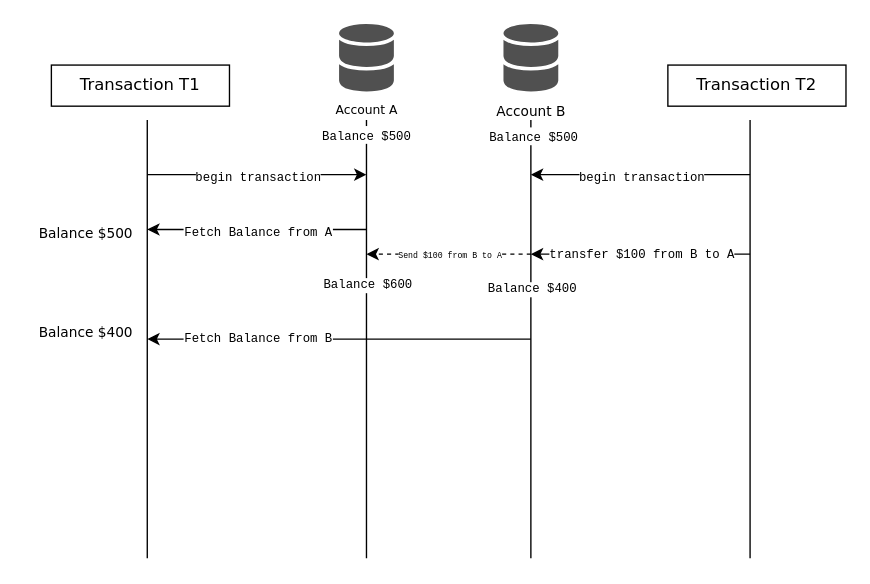
Above: non-repeatable-reads.drawio in kiran-4444/draw.io (draw.io), before the change. Source tidied: cells renumbered, new cells numbered last; positions are measured from the earlier drawing's top-left corner, leaving out a move shared by most shapes. Both pictures are drawn from the tidied source at 137%, with x=0, y=0 at pixel (23, 23).
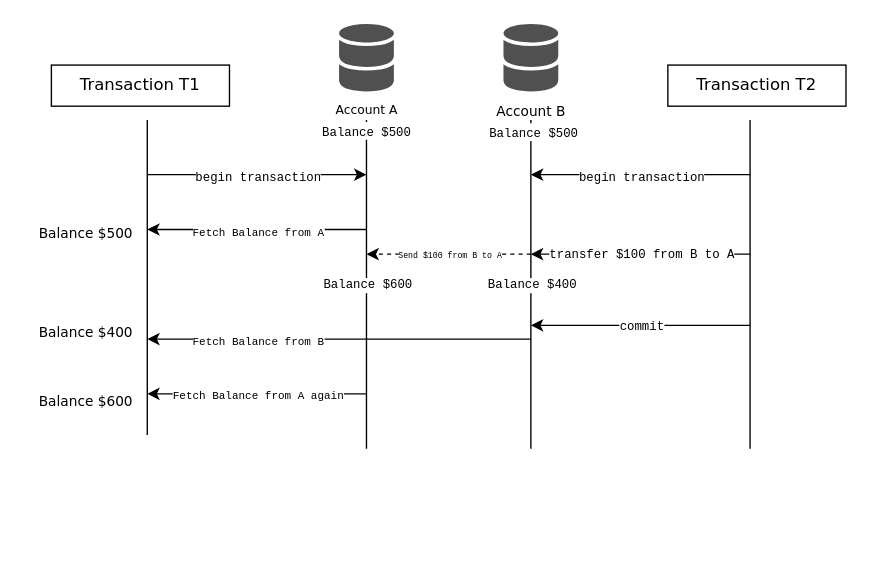
After the change.

The change refers to these unchanged cells:
```xml
<mxCell id="14" style="endArrow=classic;html=1;rounded=0;" parent="1" edge="1">
  <mxGeometry relative="1" as="geometry">
    <mxPoint x="250" y="150" as="sourcePoint" />
    <mxPoint x="90" y="150" as="targetPoint" />
  </mxGeometry>
</mxCell>
<mxCell id="25" style="endArrow=classic;html=1;rounded=0;" parent="1" edge="1">
  <mxGeometry relative="1" as="geometry">
    <mxPoint x="370" y="230" as="sourcePoint" />
    <mxPoint x="90" y="230" as="targetPoint" />
  </mxGeometry>
</mxCell>
```

Change to the diagram source:
```diff
@@
     <mxCell id="2" style="endArrow=none;html=1;rounded=0;" parent="1" edge="1">
       <mxGeometry relative="1" as="geometry">
-        <mxPoint x="250" y="390" as="sourcePoint" />
+        <mxPoint x="250" y="310" as="sourcePoint" />
         <mxPoint x="250" y="70" as="targetPoint" />
       </mxGeometry>
     </mxCell>
@@
     <mxCell id="4" value="Balance $600" style="edgeLabel;html=1;align=center;verticalAlign=middle;fontFamily=Courier New;fontSize=9;" parent="2" vertex="1">
-      <mxGeometry x="0.25" relative="1" as="geometry" />
+      <mxGeometry x="0.25" relative="1" as="geometry">
+        <mxPoint y="30" as="offset" />
+      </mxGeometry>
     </mxCell>
@@
     <mxCell id="6" style="endArrow=none;html=1;rounded=0;" parent="1" edge="1">
       <mxGeometry relative="1" as="geometry">
-        <mxPoint x="370" y="390" as="sourcePoint" />
+        <mxPoint x="370" y="310" as="sourcePoint" />
         <mxPoint x="370" y="70" as="targetPoint" />
       </mxGeometry>
     </mxCell>
@@
     <mxCell id="8" value="Balance $400" style="edgeLabel;html=1;align=center;verticalAlign=middle;fontFamily=Courier New;fontSize=9;" parent="6" vertex="1">
-      <mxGeometry x="0.23" relative="1" as="geometry" />
+      <mxGeometry x="0.23" relative="1" as="geometry">
+        <mxPoint y="28" as="offset" />
+      </mxGeometry>
     </mxCell>
@@
     <mxCell id="10" style="endArrow=none;html=1;rounded=0;" parent="1" edge="1">
       <mxGeometry relative="1" as="geometry">
-        <mxPoint x="90" y="390" as="sourcePoint" />
+        <mxPoint x="90" y="300" as="sourcePoint" />
         <mxPoint x="90" y="70" as="targetPoint" />
       </mxGeometry>
     </mxCell>
     <mxCell id="11" style="endArrow=none;html=1;rounded=0;" parent="1" edge="1">
       <mxGeometry relative="1" as="geometry">
-        <mxPoint x="530" y="390" as="sourcePoint" />
+        <mxPoint x="530" y="310" as="sourcePoint" />
         <mxPoint x="530" y="70" as="targetPoint" />
       </mxGeometry>
     </mxCell>
@@
-    <mxCell id="15" value="&lt;font style=&quot;font-size: 9px;&quot; face=&quot;Courier New&quot;&gt;Fetch Balance from A&lt;br&gt;&lt;/font&gt;" style="edgeLabel;html=1;align=center;verticalAlign=middle;" parent="14" vertex="1">
+    <mxCell id="15" value="&lt;font style=&quot;font-size: 8px;&quot; face=&quot;Courier New&quot;&gt;Fetch Balance from A&lt;br&gt;&lt;/font&gt;" style="edgeLabel;html=1;align=center;verticalAlign=middle;" parent="14" vertex="1">
       <mxGeometry relative="1" as="geometry" />
     </mxCell>
@@
-    <mxCell id="26" value="&lt;font style=&quot;font-size: 9px;&quot; face=&quot;Courier New&quot;&gt;Fetch Balance from B&lt;/font&gt;" style="edgeLabel;html=1;align=center;verticalAlign=middle;" parent="25" vertex="1">
+    <mxCell id="26" value="&lt;font style=&quot;font-size: 8px;&quot; face=&quot;Courier New&quot;&gt;Fetch Balance from B&lt;/font&gt;" style="edgeLabel;html=1;align=center;verticalAlign=middle;fontSize=10;" parent="25" vertex="1">
       <mxGeometry x="0.6" y="-2" relative="1" as="geometry">
-        <mxPoint x="24" as="offset" />
+        <mxPoint x="24" y="2" as="offset" />
       </mxGeometry>
     </mxCell>
@@
+    <mxCell id="28" style="endArrow=classic;html=1;rounded=0;fontFamily=Courier New;fontSize=10;" parent="1" edge="1">
+      <mxGeometry relative="1" as="geometry">
+        <mxPoint x="250" y="270" as="sourcePoint" />
+        <mxPoint x="90" y="270" as="targetPoint" />
+      </mxGeometry>
+    </mxCell>
+    <mxCell id="29" value="&lt;font style=&quot;font-size: 8px;&quot; face=&quot;Courier New&quot;&gt;Fetch Balance from A again&lt;/font&gt;" style="edgeLabel;html=1;align=center;verticalAlign=middle;" parent="28" vertex="1">
+      <mxGeometry x="-0.33" y="-1" relative="1" as="geometry">
+        <mxPoint x="-26" as="offset" />
+      </mxGeometry>
+    </mxCell>
+    <mxCell id="30" value="&lt;font style=&quot;font-size: 10px;&quot; face=&quot;Verdana&quot;&gt;Balance $600&lt;/font&gt;" style="text;html=1;align=center;verticalAlign=middle;strokeColor=none;fillColor=none;" parent="1" vertex="1">
+      <mxGeometry y="260" width="90" height="30" as="geometry" />
+    </mxCell>
+    <mxCell id="31" style="endArrow=classic;html=1;rounded=0;" parent="1" edge="1">
+      <mxGeometry relative="1" as="geometry">
+        <mxPoint x="530" y="220" as="sourcePoint" />
+        <mxPoint x="370" y="220" as="targetPoint" />
+      </mxGeometry>
+    </mxCell>
+    <mxCell id="32" value="&lt;font face=&quot;Courier New&quot; style=&quot;font-size: 9px;&quot;&gt;commit&lt;/font&gt;" style="edgeLabel;html=1;align=center;verticalAlign=middle;" parent="31" vertex="1">
+      <mxGeometry x="0.36" y="-1" relative="1" as="geometry">
+        <mxPoint x="29" as="offset" />
+      </mxGeometry>
+    </mxCell>
```
